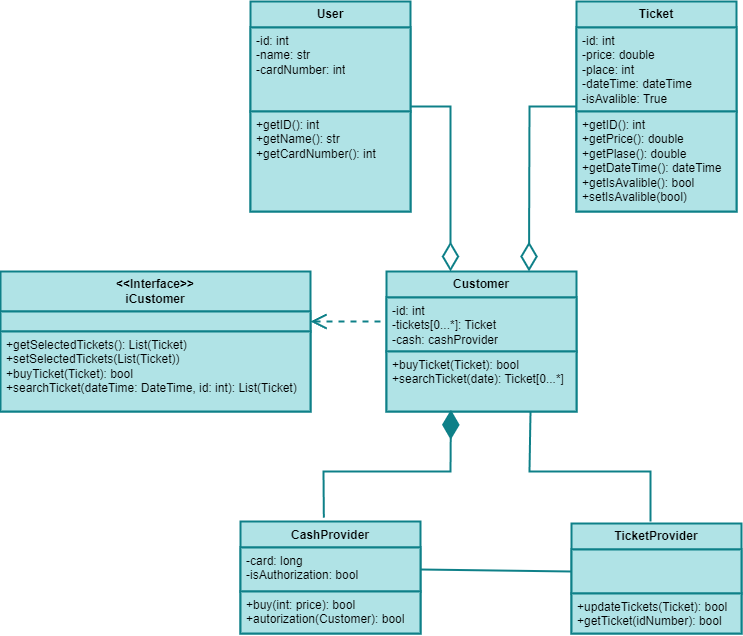
Before: hw04/UML.png, a diagram exported from draw.io (PavelVolchenko/SoftwareArchitecture). Source tidied: cells renumbered, new cells last; positions are measured from the earlier drawing's top-left corner, leaving out a move shared by most shapes.
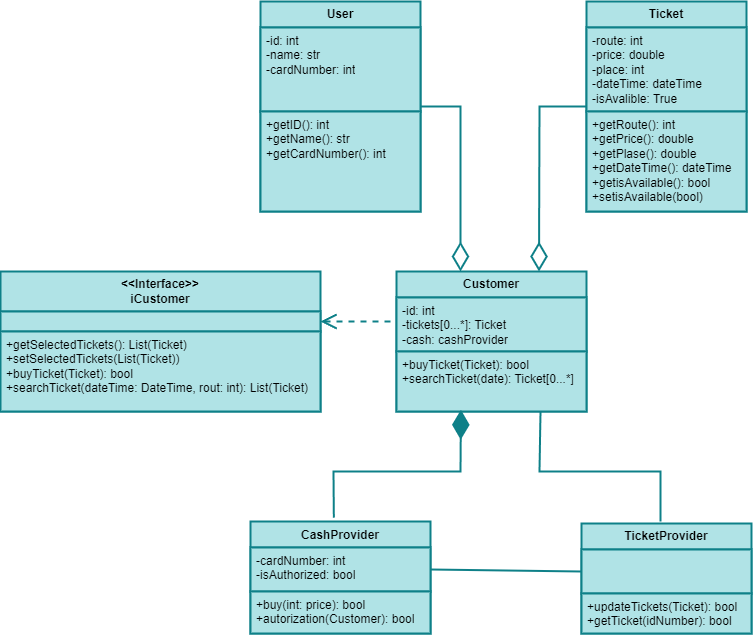
The same diagram one commit later.

The edit, as a diff of the source:
```diff
@@ -5,10 +5,10 @@
     <mxCell id="2" value="&lt;b&gt;Ticket&lt;/b&gt;" style="swimlane;fontStyle=0;horizontal=1;startSize=26;fillColor=#b0e3e6;whiteSpace=wrap;html=1;strokeColor=#0e8088;strokeWidth=2;" parent="1" vertex="1">
       <mxGeometry x="576" width="160" height="210" as="geometry" />
     </mxCell>
-    <mxCell id="3" value="-id: int&lt;br&gt;-price: double&lt;br&gt;-place: int&lt;br&gt;-dateTime: dateTime&lt;br&gt;-isAvalible: True" style="text;strokeColor=#0e8088;fillColor=#b0e3e6;align=left;verticalAlign=top;spacingLeft=4;spacingRight=4;overflow=hidden;whiteSpace=wrap;html=1;strokeWidth=2;" parent="2" vertex="1">
+    <mxCell id="3" value="-route: int&lt;br&gt;-price: double&lt;br&gt;-place: int&lt;br&gt;-dateTime: dateTime&lt;br&gt;-isAvalible: True" style="text;strokeColor=#0e8088;fillColor=#b0e3e6;align=left;verticalAlign=top;spacingLeft=4;spacingRight=4;overflow=hidden;whiteSpace=wrap;html=1;strokeWidth=2;" parent="2" vertex="1">
       <mxGeometry y="26" width="160" height="84" as="geometry" />
     </mxCell>
-    <mxCell id="4" value="+getID(): int&lt;br&gt;+getPrice(): double&lt;br&gt;+getPlase(): double&lt;br&gt;+getDateTime(): dateTime&lt;br&gt;+getIsAvalible(): bool&lt;br&gt;+setIsAvalible(bool)" style="text;strokeColor=#0e8088;fillColor=#b0e3e6;align=left;verticalAlign=top;spacingLeft=4;spacingRight=4;overflow=hidden;whiteSpace=wrap;html=1;strokeWidth=2;" parent="2" vertex="1">
+    <mxCell id="4" value="+getRoute(): int&lt;br&gt;+getPrice(): double&lt;br&gt;+getPlase(): double&lt;br&gt;+getDateTime(): dateTime&lt;br&gt;+getisAvailable(): bool&lt;br&gt;+setisAvailable(bool)" style="text;strokeColor=#0e8088;fillColor=#b0e3e6;align=left;verticalAlign=top;spacingLeft=4;spacingRight=4;overflow=hidden;whiteSpace=wrap;html=1;strokeWidth=2;" parent="2" vertex="1">
       <mxGeometry y="110" width="160" height="100" as="geometry" />
     </mxCell>
     <mxCell id="5" value="&lt;b&gt;Customer&lt;/b&gt;" style="swimlane;fontStyle=0;horizontal=1;startSize=26;fillColor=#b0e3e6;whiteSpace=wrap;html=1;strokeColor=#0e8088;strokeWidth=2;" parent="1" vertex="1">
@@ -32,7 +32,7 @@
     <mxCell id="11" value="CashProvider" style="swimlane;fontStyle=1;align=center;verticalAlign=top;horizontal=1;startSize=26;whiteSpace=wrap;html=1;fillColor=#b0e3e6;strokeColor=#0e8088;strokeWidth=2;" parent="1" vertex="1">
       <mxGeometry x="240" y="520" width="180" height="112" as="geometry" />
     </mxCell>
-    <mxCell id="12" value="-card: long&lt;br&gt;-isAuthorization: bool" style="text;strokeColor=#0e8088;fillColor=#b0e3e6;align=left;verticalAlign=top;spacingLeft=4;spacingRight=4;overflow=hidden;points=[[0,0.5],[1,0.5]];portConstraint=eastwest;whiteSpace=wrap;html=1;strokeWidth=2;" parent="11" vertex="1">
+    <mxCell id="12" value="-cardNumber: int&lt;br&gt;-isAuthorized: bool" style="text;strokeColor=#0e8088;fillColor=#b0e3e6;align=left;verticalAlign=top;spacingLeft=4;spacingRight=4;overflow=hidden;points=[[0,0.5],[1,0.5]];portConstraint=eastwest;whiteSpace=wrap;html=1;strokeWidth=2;" parent="11" vertex="1">
       <mxGeometry y="26" width="180" height="44" as="geometry" />
     </mxCell>
     <mxCell id="13" value="+buy(int: price): bool&lt;br&gt;+autorization(Customer): bool" style="text;strokeColor=#0e8088;fillColor=#b0e3e6;align=left;verticalAlign=top;spacingLeft=4;spacingRight=4;overflow=hidden;whiteSpace=wrap;html=1;strokeWidth=2;" parent="11" vertex="1">
@@ -84,13 +84,13 @@
       </mxGeometry>
     </mxCell>
     <mxCell id="22" value="&lt;b&gt;&amp;lt;&amp;lt;Interface&amp;gt;&amp;gt;&lt;br&gt;iCustomer&lt;br&gt;&lt;/b&gt;" style="swimlane;fontStyle=0;horizontal=1;startSize=40;fillColor=#b0e3e6;whiteSpace=wrap;html=1;strokeColor=#0e8088;strokeWidth=2;" parent="1" vertex="1">
-      <mxGeometry y="270" width="310" height="140" as="geometry" />
+      <mxGeometry x="-10" y="270" width="320" height="140" as="geometry" />
     </mxCell>
     <mxCell id="23" style="text;strokeColor=#0e8088;fillColor=#b0e3e6;align=left;verticalAlign=top;spacingLeft=4;spacingRight=4;overflow=hidden;whiteSpace=wrap;html=1;strokeWidth=2;" parent="22" vertex="1">
-      <mxGeometry y="40" width="310" height="20" as="geometry" />
+      <mxGeometry y="40" width="320" height="20" as="geometry" />
     </mxCell>
-    <mxCell id="24" value="+getSelectedTickets(): List(Ticket)&lt;br&gt;+setSelectedTickets(List(Ticket))&lt;br&gt;+buyTicket(Ticket): bool&lt;br&gt;+searchTicket(dateTime: DateTime, id: int): List(Ticket)" style="text;strokeColor=#0e8088;fillColor=#b0e3e6;align=left;verticalAlign=top;spacingLeft=4;spacingRight=4;overflow=hidden;whiteSpace=wrap;html=1;strokeWidth=2;" parent="22" vertex="1">
-      <mxGeometry y="60" width="310" height="80" as="geometry" />
+    <mxCell id="24" value="+getSelectedTickets(): List(Ticket)&lt;br&gt;+setSelectedTickets(List(Ticket))&lt;br&gt;+buyTicket(Ticket): bool&lt;br&gt;+searchTicket(dateTime: DateTime, rout: int): List(Ticket)" style="text;strokeColor=#0e8088;fillColor=#b0e3e6;align=left;verticalAlign=top;spacingLeft=4;spacingRight=4;overflow=hidden;whiteSpace=wrap;html=1;strokeWidth=2;" parent="22" vertex="1">
+      <mxGeometry y="60" width="320" height="80" as="geometry" />
     </mxCell>
     <mxCell id="25" style="endArrow=open;endSize=12;dashed=1;html=1;rounded=0;fillColor=#b0e3e6;strokeColor=#0e8088;strokeWidth=2;" parent="1" edge="1">
       <mxGeometry relative="1" as="geometry">
```
